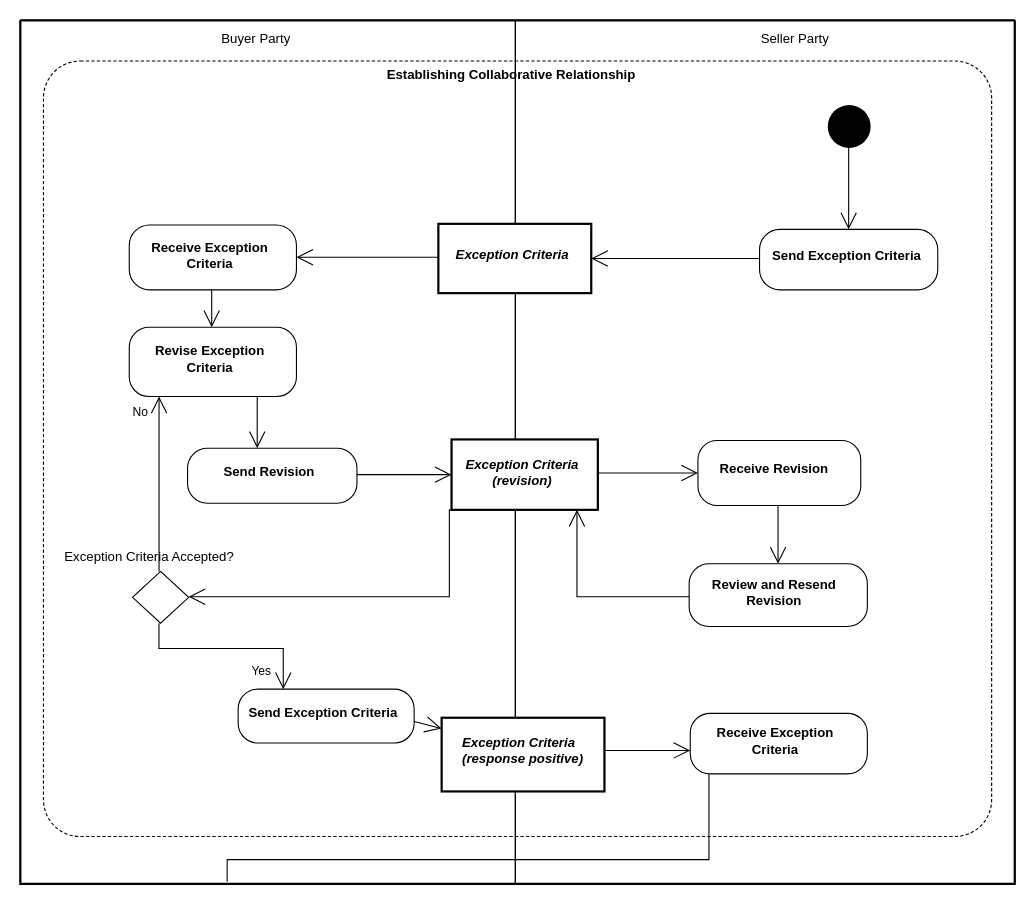
Before: diagrams/UBL-2.2-CPFR-EstablishingCollaborativeRelationships/UBL-2.2-CPFR-EstablishingCollaborativeRelationships.drawio in kduvekot/ubl-work-on-svg-images, a draw.io diagram. Source tidied: cells renumbered, new cells numbered last; positions are measured from the earlier drawing's top-left corner, leaving out a move shared by most shapes. Both pictures are drawn from the tidied source at 110%, with x=0, y=0 at pixel (20, 20).
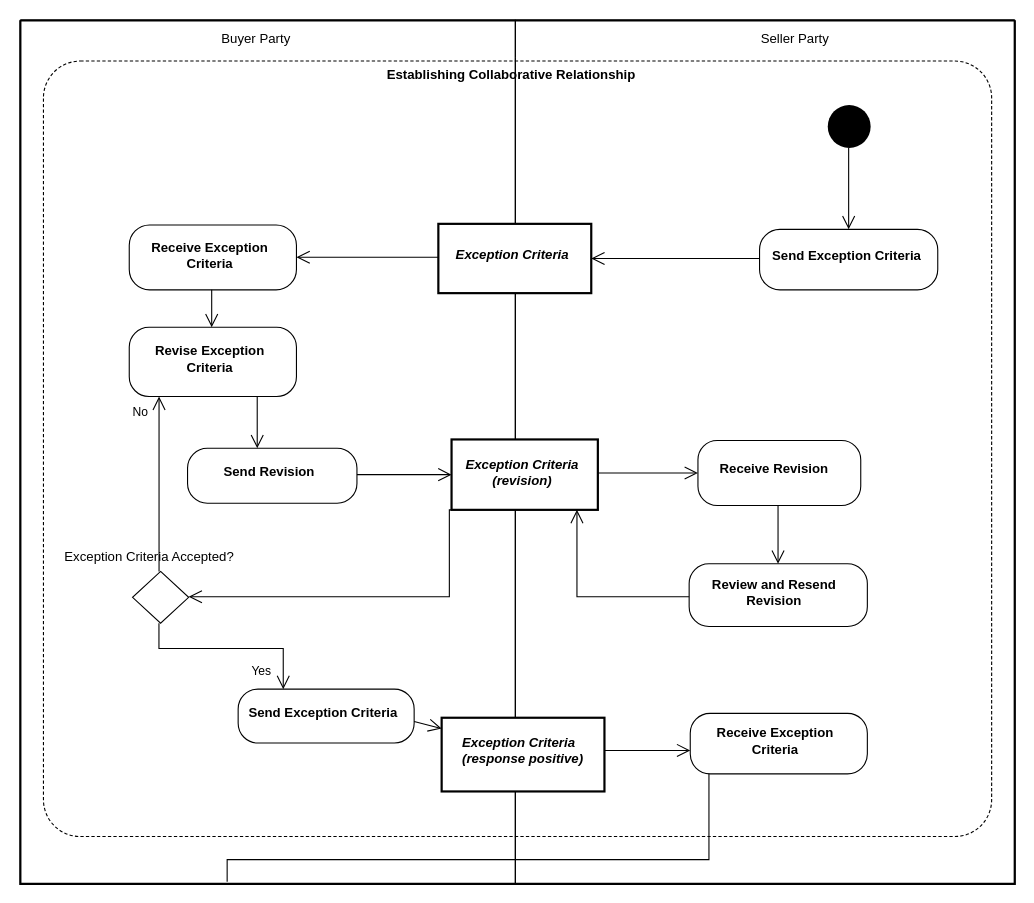
Above is the later version.

Unchanged cells that the change refers to:
```xml
<mxCell id="2" style="swimlane;html=1;startSize=0;whiteSpace=wrap;fillColor=none;strokeWidth=2;" parent="1" vertex="1">
  <mxGeometry width="904" height="785" as="geometry" />
</mxCell>
<mxCell id="4" value="Buyer Party" style="swimlane;horizontal=1;startSize=34;swimlaneLine=0;html=1;fillColor=none;fontStyle=0;spacing=0;spacingRight=22;" parent="2" vertex="1">
  <mxGeometry width="450" height="785" as="geometry" />
</mxCell>
<mxCell id="5" value="Seller Party" style="swimlane;horizontal=1;startSize=34;swimlaneLine=0;html=1;fillColor=none;fontStyle=0;spacing=0;spacingLeft=54;" parent="2" vertex="1">
  <mxGeometry x="450" width="454" height="785" as="geometry" />
</mxCell>
<mxCell id="6" style="ellipse;shape=startState;fillColor=#000000;strokeColor=none;html=1;" parent="5" vertex="1">
  <mxGeometry x="280" y="73" width="47" height="47" as="geometry" />
</mxCell>
<mxCell id="7" value="Exception Criteria" style="rounded=0;html=1;whiteSpace=nowrap;fontStyle=3;align=center;verticalAlign=middle;spacing=0;spacingRight=5;spacingBottom=7;strokeWidth=2;" parent="5" vertex="1">
  <mxGeometry x="-70" y="185" width="139" height="63" as="geometry" />
</mxCell>
<mxCell id="8" value="Receive Exception&lt;br&gt;Criteria" style="rounded=1;absoluteArcSize=1;arcSize=37;html=1;whiteSpace=nowrap;fontStyle=1;align=center;verticalAlign=middle;spacing=0;spacingRight=6;spacingBottom=4;" parent="4" vertex="1">
  <mxGeometry x="99" y="186" width="152" height="59" as="geometry" />
</mxCell>
<mxCell id="9" value="Send Exception Criteria" style="rounded=1;absoluteArcSize=1;arcSize=37;html=1;whiteSpace=nowrap;fontStyle=1;align=center;verticalAlign=middle;spacing=0;spacingRight=5;spacingBottom=8;" parent="5" vertex="1">
  <mxGeometry x="222" y="190" width="162" height="55" as="geometry" />
</mxCell>
<mxCell id="10" value="Revise Exception&lt;br&gt;Criteria" style="rounded=1;absoluteArcSize=1;arcSize=36;html=1;whiteSpace=nowrap;fontStyle=1;align=center;verticalAlign=middle;spacing=0;spacingRight=6;spacingBottom=6;" parent="4" vertex="1">
  <mxGeometry x="99" y="279" width="152" height="63" as="geometry" />
</mxCell>
<mxCell id="11" value="Exception Criteria&lt;br&gt;(revision)" style="rounded=0;html=1;whiteSpace=nowrap;fontStyle=3;align=center;verticalAlign=middle;spacing=0;spacingRight=6;spacingBottom=4;strokeWidth=2;" parent="5" vertex="1">
  <mxGeometry x="-58" y="381" width="133" height="64" as="geometry" />
</mxCell>
<mxCell id="12" value="Receive Revision" style="rounded=1;absoluteArcSize=1;arcSize=35;html=1;whiteSpace=nowrap;fontStyle=1;align=center;verticalAlign=middle;spacing=0;spacingRight=10;spacingBottom=7;" parent="5" vertex="1">
  <mxGeometry x="166" y="382" width="148" height="59" as="geometry" />
</mxCell>
<mxCell id="13" value="Send Revision" style="rounded=1;absoluteArcSize=1;arcSize=36;html=1;whiteSpace=nowrap;fontStyle=1;align=center;verticalAlign=middle;spacing=0;spacingRight=7;spacingBottom=6;" parent="4" vertex="1">
  <mxGeometry x="152" y="389" width="154" height="50" as="geometry" />
</mxCell>
<mxCell id="14" value="Review and Resend&lt;br&gt;Revision" style="rounded=1;absoluteArcSize=1;arcSize=36;html=1;whiteSpace=nowrap;fontStyle=1;align=center;verticalAlign=middle;spacing=0;spacingRight=8;spacingBottom=6;" parent="5" vertex="1">
  <mxGeometry x="158" y="494" width="162" height="57" as="geometry" />
</mxCell>
<mxCell id="15" value="Exception Criteria Accepted?" style="rhombus;html=1;whiteSpace=nowrap;fontStyle=0;align=center;verticalAlign=middle;spacing=0;spacingRight=22;spacingBottom=74;" parent="4" vertex="1">
  <mxGeometry x="102" y="501" width="51" height="47" as="geometry" />
</mxCell>
<mxCell id="16" value="Send Exception Criteria" style="rounded=1;absoluteArcSize=1;arcSize=36;html=1;whiteSpace=nowrap;fontStyle=1;align=center;verticalAlign=middle;spacing=0;spacingRight=7;spacingBottom=5;" parent="4" vertex="1">
  <mxGeometry x="198" y="608" width="160" height="49" as="geometry" />
</mxCell>
<mxCell id="17" value="Receive Exception&lt;br&gt;Criteria" style="rounded=1;absoluteArcSize=1;arcSize=36;html=1;whiteSpace=nowrap;fontStyle=1;align=center;verticalAlign=middle;spacing=0;spacingRight=8;spacingBottom=5;" parent="5" vertex="1">
  <mxGeometry x="159" y="630" width="161" height="55" as="geometry" />
</mxCell>
<mxCell id="18" value="Exception Criteria&lt;br&gt;(response positive)" style="rounded=0;html=1;whiteSpace=nowrap;fontStyle=3;align=left;verticalAlign=middle;spacing=0;spacingLeft=19;spacingBottom=7;strokeWidth=2;" parent="5" vertex="1">
  <mxGeometry x="-67" y="634" width="148" height="67" as="geometry" />
</mxCell>
```

Diff of the diagram source:
```diff
@@
-    <mxCell id="19" style="edgeStyle=none;rounded=0;html=1;endArrow=open;endFill=0;endSize=13;exitPerimeter=0;entryX=0.5;entryY=0;entryPerimeter=0;exitX=0.489362;exitY=0.9147;" parent="5" edge="1" source="6" target="9">
+    <mxCell id="19" style="edgeStyle=none;rounded=0;html=1;endArrow=open;endFill=0;endSize=10;exitPerimeter=0;entryX=0.5;entryY=0;entryPerimeter=0;exitX=0.489362;exitY=0.9147;" parent="5" edge="1" source="6" target="9">
       <mxGeometry relative="1" as="geometry" />
     </mxCell>
-    <mxCell id="20" style="edgeStyle=none;rounded=0;html=1;endArrow=open;endFill=0;endSize=13;exitPerimeter=0;entryX=1;entryY=0.4975;entryPerimeter=0;exitX=0;exitY=0.481786;" parent="2" edge="1" source="7" target="8">
+    <mxCell id="20" style="edgeStyle=none;rounded=0;html=1;endArrow=open;endFill=0;endSize=10;exitPerimeter=0;entryX=1;entryY=0.4975;entryPerimeter=0;exitX=0;exitY=0.481786;" parent="2" edge="1" source="7" target="8">
       <mxGeometry relative="1" as="geometry" />
     </mxCell>
-    <mxCell id="21" style="edgeStyle=none;rounded=0;html=1;endArrow=open;endFill=0;endSize=13;exitPerimeter=0;entryX=1;entryY=0.5;entryPerimeter=0;exitX=0;exitY=0.481818;" parent="5" edge="1" source="9" target="7">
+    <mxCell id="21" style="edgeStyle=none;rounded=0;html=1;endArrow=open;endFill=0;endSize=10;exitPerimeter=0;entryX=1;entryY=0.5;entryPerimeter=0;exitX=0;exitY=0.481818;" parent="5" edge="1" source="9" target="7">
       <mxGeometry relative="1" as="geometry" />
     </mxCell>
-    <mxCell id="22" style="edgeStyle=none;rounded=0;html=1;endArrow=open;endFill=0;endSize=13;exitPerimeter=0;entryX=0.4931;entryY=0;entryPerimeter=0;exitX=0.4931;exitY=1;" parent="4" edge="1" source="8" target="10">
+    <mxCell id="22" style="edgeStyle=none;rounded=0;html=1;endArrow=open;endFill=0;endSize=10;exitPerimeter=0;entryX=0.4931;entryY=0;entryPerimeter=0;exitX=0.4931;exitY=1;" parent="4" edge="1" source="8" target="10">
       <mxGeometry relative="1" as="geometry" />
     </mxCell>
-    <mxCell id="23" value="No" style="edgeStyle=none;rounded=0;html=1;endArrow=open;endFill=0;endSize=13;exitPerimeter=0;entryX=0.1782;entryY=1;entryPerimeter=0;fontStyle=0;align=center;verticalAlign=middle;labelBackgroundColor=none;exitX=0.472282;exitY=0;" parent="4" edge="1" source="15" target="10">
+    <mxCell id="23" value="No" style="edgeStyle=none;rounded=0;html=1;endArrow=open;endFill=0;endSize=10;exitPerimeter=0;entryX=0.1782;entryY=1;entryPerimeter=0;fontStyle=0;align=center;verticalAlign=middle;labelBackgroundColor=none;exitX=0.472282;exitY=0;" parent="4" edge="1" source="15" target="10">
       <mxGeometry x="0.82" relative="1" as="geometry">
         <mxPoint x="-17" as="offset" />
       </mxGeometry>
     </mxCell>
-    <mxCell id="24" style="edgeStyle=none;rounded=0;html=1;endArrow=open;endFill=0;endSize=13;exitPerimeter=0;entryX=0.4113;entryY=0;entryPerimeter=0;exitX=0.765396;exitY=1;" parent="4" edge="1" source="10" target="13">
+    <mxCell id="24" style="edgeStyle=none;rounded=0;html=1;endArrow=open;endFill=0;endSize=10;exitPerimeter=0;entryX=0.4113;entryY=0;entryPerimeter=0;exitX=0.765396;exitY=1;" parent="4" edge="1" source="10" target="13">
       <mxGeometry relative="1" as="geometry" />
     </mxCell>
-    <mxCell id="25" style="edgeStyle=none;rounded=0;html=1;endArrow=open;endFill=0;endSize=13;exitPerimeter=0;entryX=0;entryY=0.5;entryPerimeter=0;exitX=1;exitY=0.476562;" parent="5" edge="1" source="11" target="12">
+    <mxCell id="25" style="edgeStyle=none;rounded=0;html=1;endArrow=open;endFill=0;endSize=10;exitPerimeter=0;entryX=0;entryY=0.5;entryPerimeter=0;exitX=1;exitY=0.476562;" parent="5" edge="1" source="11" target="12">
       <mxGeometry relative="1" as="geometry" />
     </mxCell>
-    <mxCell id="26" style="edgeStyle=none;rounded=0;html=1;endArrow=open;endFill=0;endSize=13;exitPerimeter=0;entryX=0;entryY=0.5;entryPerimeter=0;exitX=1;exitY=0.48;" parent="2" edge="1" source="13" target="11">
+    <mxCell id="26" style="edgeStyle=none;rounded=0;html=1;endArrow=open;endFill=0;endSize=10;exitPerimeter=0;entryX=0;entryY=0.5;entryPerimeter=0;exitX=1;exitY=0.48;" parent="2" edge="1" source="13" target="11">
       <mxGeometry relative="1" as="geometry" />
     </mxCell>
-    <mxCell id="27" style="edgeStyle=none;rounded=0;html=1;endArrow=open;endFill=0;endSize=13;exitPerimeter=0;entryX=0.4988;entryY=0;entryPerimeter=0;exitX=0.49193;exitY=1;" parent="5" edge="1" source="12" target="14">
+    <mxCell id="27" style="edgeStyle=none;rounded=0;html=1;endArrow=open;endFill=0;endSize=10;exitPerimeter=0;entryX=0.4988;entryY=0;entryPerimeter=0;exitX=0.49193;exitY=1;" parent="5" edge="1" source="12" target="14">
       <mxGeometry relative="1" as="geometry" />
     </mxCell>
-    <mxCell id="28" style="edgeStyle=orthogonalEdgeStyle;rounded=0;html=1;endArrow=open;endFill=0;endSize=13;exitX=0;exitY=1;exitPerimeter=0;entryPerimeter=0;entryX=1;entryY=0.489362;" parent="2" edge="1" source="11" target="15">
+    <mxCell id="28" style="edgeStyle=orthogonalEdgeStyle;rounded=0;html=1;endArrow=open;endFill=0;endSize=10;exitX=0;exitY=1;exitPerimeter=0;entryPerimeter=0;entryX=1;entryY=0.489362;" parent="2" edge="1" source="11" target="15">
       <mxGeometry relative="1" as="geometry">
         <Array as="points">
           <mxPoint x="390" y="524" />
         </Array>
       </mxGeometry>
     </mxCell>
-    <mxCell id="29" style="edgeStyle=orthogonalEdgeStyle;rounded=0;html=1;endArrow=open;endFill=0;endSize=13;exitPerimeter=0;entryPerimeter=0;exitX=0;exitY=0.526316;entryX=0.857143;entryY=1;" parent="5" edge="1" source="14" target="11">
+    <mxCell id="29" style="edgeStyle=orthogonalEdgeStyle;rounded=0;html=1;endArrow=open;endFill=0;endSize=10;exitPerimeter=0;entryPerimeter=0;exitX=0;exitY=0.526316;entryX=0.857143;entryY=1;" parent="5" edge="1" source="14" target="11">
       <mxGeometry relative="1" as="geometry">
         <Array as="points">
           <mxPoint x="56" y="524" />
         </Array>
       </mxGeometry>
     </mxCell>
-    <mxCell id="30" value="Yes" style="edgeStyle=orthogonalEdgeStyle;rounded=0;html=1;endArrow=open;endFill=0;endSize=13;exitPerimeter=0;entryPerimeter=0;fontStyle=0;align=center;verticalAlign=middle;labelBackgroundColor=none;exitX=0.470588;exitY=1;entryX=0.25625;entryY=0;" parent="4" edge="1" source="15" target="16">
+    <mxCell id="30" value="Yes" style="edgeStyle=orthogonalEdgeStyle;rounded=0;html=1;endArrow=open;endFill=0;endSize=10;exitPerimeter=0;entryPerimeter=0;fontStyle=0;align=center;verticalAlign=middle;labelBackgroundColor=none;exitX=0.470588;exitY=1;entryX=0.25625;entryY=0;" parent="4" edge="1" source="15" target="16">
       <mxGeometry x="0.34" relative="1" as="geometry">
         <Array as="points">
           <mxPoint x="126" y="571" />
           <mxPoint x="239" y="571" />
         </Array>
         <mxPoint y="21" as="offset" />
       </mxGeometry>
     </mxCell>
-    <mxCell id="31" style="edgeStyle=none;rounded=0;html=1;endArrow=open;endFill=0;endSize=13;exitX=1;exitY=0.5996;exitPerimeter=0;entryX=0;entryY=0.1469;entryPerimeter=0;" parent="2" edge="1" source="16" target="18">
+    <mxCell id="31" style="edgeStyle=none;rounded=0;html=1;endArrow=open;endFill=0;endSize=10;exitX=1;exitY=0.5996;exitPerimeter=0;entryX=0;entryY=0.1469;entryPerimeter=0;" parent="2" edge="1" source="16" target="18">
       <mxGeometry relative="1" as="geometry" />
     </mxCell>
-    <mxCell id="32" style="edgeStyle=none;rounded=0;html=1;endArrow=open;endFill=0;endSize=13;exitPerimeter=0;entryX=0;entryY=0.6129;entryPerimeter=0;exitX=1;exitY=0.443425;" parent="5" edge="1" source="18" target="17">
+    <mxCell id="32" style="edgeStyle=none;rounded=0;html=1;endArrow=open;endFill=0;endSize=10;exitPerimeter=0;entryX=0;entryY=0.6129;entryPerimeter=0;exitX=1;exitY=0.443425;" parent="5" edge="1" source="18" target="17">
       <mxGeometry relative="1" as="geometry" />
     </mxCell>
```
